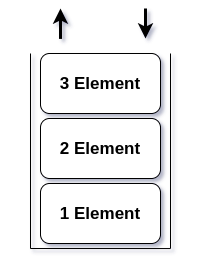
This is Assets/Data1.png from 4rlenrey/Notes, a draw.io export, as it was before one commit. Source tidied: cells renumbered, new cells last; positions are measured from the earlier drawing's top-left corner, leaving out a move shared by most shapes. Source of this version:
```xml
<mxGraphModel background="#ffffff" shadow="1">
  <root>
    <mxCell id="0" />
    <mxCell id="1" value="Warstwa bez nazwy" parent="0" />
    <mxCell id="2" style="endArrow=classic;html=1;fontSize=17;strokeWidth=3;fontStyle=1;labelBorderColor=none;labelBackgroundColor=none;" parent="1" edge="1">
      <mxGeometry relative="1" as="geometry">
        <mxPoint x="60" y="35.4" as="sourcePoint" />
        <mxPoint x="60" y="5" as="targetPoint" />
      </mxGeometry>
    </mxCell>
    <mxCell id="3" value="1 Element" style="whiteSpace=wrap;html=1;fontStyle=1;fontSize=17;rounded=1;" parent="1" vertex="1">
      <mxGeometry x="40" y="180" width="120" height="60" as="geometry" />
    </mxCell>
    <mxCell id="4" value="2 Element" style="whiteSpace=wrap;html=1;fontStyle=1;fontSize=17;rounded=1;" parent="1" vertex="1">
      <mxGeometry x="40" y="115" width="120" height="60" as="geometry" />
    </mxCell>
    <mxCell id="5" value="3 Element" style="whiteSpace=wrap;html=1;fontStyle=1;fontSize=17;rounded=1;" parent="1" vertex="1">
      <mxGeometry x="40" y="50" width="120" height="60" as="geometry" />
    </mxCell>
    <mxCell id="6" style="endArrow=classic;html=1;fontSize=17;strokeWidth=3;fontStyle=1;labelBorderColor=none;labelBackgroundColor=none;" parent="1" edge="1">
      <mxGeometry relative="1" as="geometry">
        <mxPoint x="145" y="5" as="sourcePoint" />
        <mxPoint x="145" y="35" as="targetPoint" />
        <Array as="points">
          <mxPoint x="145" y="5" />
        </Array>
      </mxGeometry>
    </mxCell>
    <mxCell id="7" style="endArrow=none;html=1;fontSize=17;" parent="1" edge="1">
      <mxGeometry relative="1" as="geometry">
        <mxPoint x="30" y="245" as="sourcePoint" />
        <mxPoint x="30" y="50" as="targetPoint" />
      </mxGeometry>
    </mxCell>
    <mxCell id="8" style="endArrow=none;html=1;fontSize=17;" parent="1" edge="1">
      <mxGeometry relative="1" as="geometry">
        <mxPoint x="170" y="245" as="sourcePoint" />
        <mxPoint x="170" y="50" as="targetPoint" />
      </mxGeometry>
    </mxCell>
    <mxCell id="9" style="endArrow=none;html=1;fontSize=17;" parent="1" edge="1">
      <mxGeometry relative="1" as="geometry">
        <mxPoint x="170" y="245.1" as="sourcePoint" />
        <mxPoint x="30" y="245" as="targetPoint" />
      </mxGeometry>
    </mxCell>
    <mxCell id="10" style="rounded=0;whiteSpace=wrap;html=1;fontSize=17;strokeColor=none;fillColor=none;" parent="1" vertex="1">
      <mxGeometry width="195" height="255" as="geometry" />
    </mxCell>
    <mxCell id="11" parent="0" />
  </root>
</mxGraphModel>
```
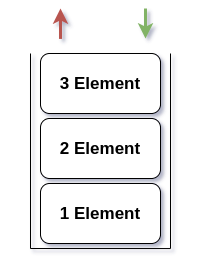
Later version of the same file.

Diff of the diagram source:
```diff
@@ -2,7 +2,7 @@
   <root>
     <mxCell id="0" />
     <mxCell id="1" value="Warstwa bez nazwy" parent="0" />
-    <mxCell id="2" style="endArrow=classic;html=1;fontSize=17;strokeWidth=3;fontStyle=1;labelBorderColor=none;labelBackgroundColor=none;" parent="1" edge="1">
+    <mxCell id="2" style="endArrow=classic;html=1;fontSize=17;strokeWidth=3;fontStyle=1;labelBorderColor=none;labelBackgroundColor=none;fillColor=#f8cecc;strokeColor=#b85450;" parent="1" edge="1">
       <mxGeometry relative="1" as="geometry">
         <mxPoint x="60" y="35.4" as="sourcePoint" />
         <mxPoint x="60" y="5" as="targetPoint" />
@@ -17,7 +17,7 @@
     <mxCell id="5" value="3 Element" style="whiteSpace=wrap;html=1;fontStyle=1;fontSize=17;rounded=1;" parent="1" vertex="1">
       <mxGeometry x="40" y="50" width="120" height="60" as="geometry" />
     </mxCell>
-    <mxCell id="6" style="endArrow=classic;html=1;fontSize=17;strokeWidth=3;fontStyle=1;labelBorderColor=none;labelBackgroundColor=none;" parent="1" edge="1">
+    <mxCell id="6" style="endArrow=classic;html=1;fontSize=17;strokeWidth=3;fontStyle=1;labelBorderColor=none;labelBackgroundColor=none;fillColor=#d5e8d4;strokeColor=#82b366;" parent="1" edge="1">
       <mxGeometry relative="1" as="geometry">
         <mxPoint x="145" y="5" as="sourcePoint" />
         <mxPoint x="145" y="35" as="targetPoint" />
```
